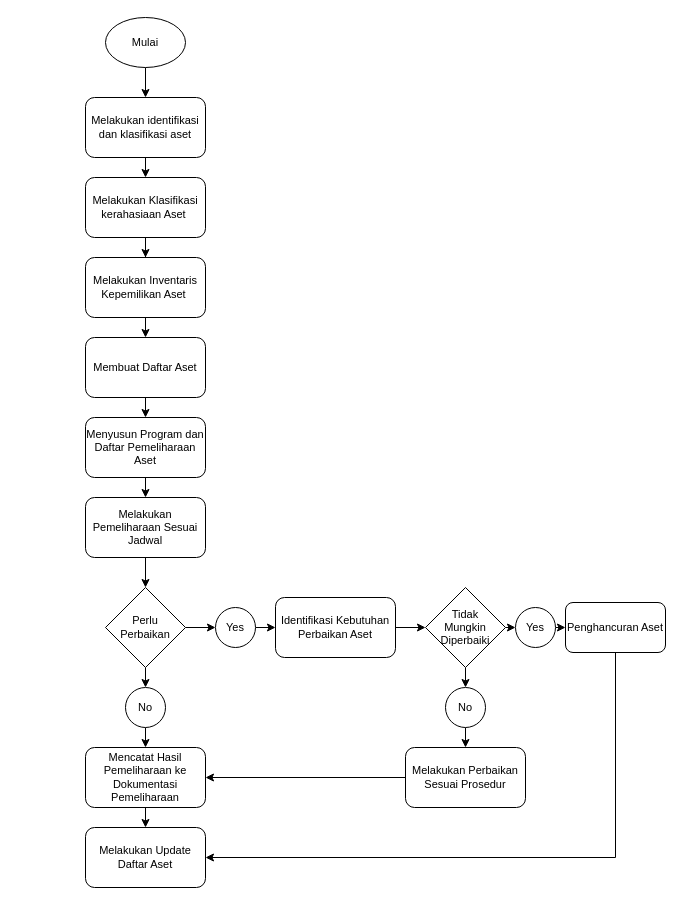
Before: page "Page-2" (2 of 5) of sdm.drawio in kidygamer/trytocode, a draw.io diagram. Source tidied: cells renumbered, new cells numbered last; positions are measured from the earlier drawing's top-left corner, leaving out a move shared by most shapes. Both pictures are drawn from the tidied source at 100%, with x=0, y=0 at pixel (85, 17).
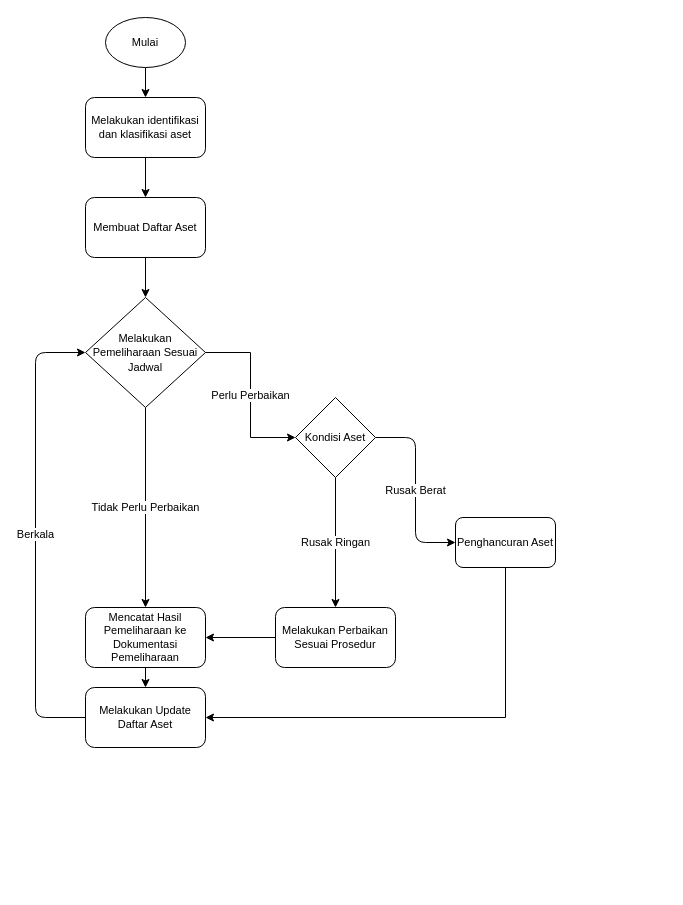
After the change.

Unchanged cells that the change refers to:
```xml
<mxCell id="5" value="Melakukan identifikasi dan klasifikasi aset" style="rounded=1;whiteSpace=wrap;html=1;fontSize=11;" parent="1" vertex="1">
  <mxGeometry y="80" width="120" height="60" as="geometry" />
</mxCell>
```

What changed in the source:
```diff
@@
-    <mxCell id="4" style="edgeStyle=orthogonalEdgeStyle;rounded=0;jettySize=auto;html=1;exitX=0.5;exitY=1;exitDx=0;exitDy=0;entryX=0.5;entryY=0;entryDx=0;entryDy=0;fontSize=11;" parent="1" edge="1" source="5" target="7">
+    <mxCell id="4" style="edgeStyle=orthogonalEdgeStyle;rounded=0;jettySize=auto;html=1;exitX=0.5;exitY=1;exitDx=0;exitDy=0;entryX=0.5;entryY=0;entryDx=0;entryDy=0;fontSize=11;" parent="1" edge="1" source="5" target="11">
       <mxGeometry relative="1" as="geometry" />
     </mxCell>
@@
-    <mxCell id="6" style="edgeStyle=orthogonalEdgeStyle;rounded=0;jettySize=auto;html=1;exitX=0.5;exitY=1;exitDx=0;exitDy=0;fontSize=11;" parent="1" edge="1" source="7" target="9">
-      <mxGeometry relative="1" as="geometry" />
-    </mxCell>
-    <mxCell id="7" value="Melakukan Klasifikasi kerahasiaan Aset&amp;nbsp;" style="rounded=1;whiteSpace=wrap;html=1;fontSize=11;" parent="1" vertex="1">
-      <mxGeometry y="160" width="120" height="60" as="geometry" />
-    </mxCell>
-    <mxCell id="8" style="edgeStyle=orthogonalEdgeStyle;rounded=0;jettySize=auto;html=1;exitX=0.5;exitY=1;exitDx=0;exitDy=0;entryX=0.5;entryY=0;entryDx=0;entryDy=0;fontSize=11;" parent="1" edge="1" source="9" target="11">
-      <mxGeometry relative="1" as="geometry" />
-    </mxCell>
-    <mxCell id="9" value="Melakukan Inventaris Kepemilikan Aset&amp;nbsp;" style="rounded=1;whiteSpace=wrap;html=1;fontSize=11;" parent="1" vertex="1">
-      <mxGeometry y="240" width="120" height="60" as="geometry" />
-    </mxCell>
-    <mxCell id="10" style="edgeStyle=orthogonalEdgeStyle;rounded=0;jettySize=auto;html=1;exitX=0.5;exitY=1;exitDx=0;exitDy=0;entryX=0.5;entryY=0;entryDx=0;entryDy=0;fontSize=11;" parent="1" edge="1" source="11" target="13">
+    <mxCell id="10" style="edgeStyle=orthogonalEdgeStyle;rounded=0;jettySize=auto;html=1;exitX=0.5;exitY=1;exitDx=0;exitDy=0;entryX=0.5;entryY=0;entryDx=0;entryDy=0;fontSize=11;" parent="1" edge="1" source="11" target="15">
       <mxGeometry relative="1" as="geometry" />
     </mxCell>
     <mxCell id="11" value="Membuat Daftar Aset" style="rounded=1;whiteSpace=wrap;html=1;fontSize=11;" parent="1" vertex="1">
-      <mxGeometry y="320" width="120" height="60" as="geometry" />
+      <mxGeometry y="180" width="120" height="60" as="geometry" />
     </mxCell>
-    <mxCell id="12" style="edgeStyle=orthogonalEdgeStyle;rounded=0;jettySize=auto;html=1;exitX=0.5;exitY=1;exitDx=0;exitDy=0;entryX=0.5;entryY=0;entryDx=0;entryDy=0;fontSize=11;" parent="1" edge="1" source="13" target="15">
-      <mxGeometry relative="1" as="geometry" />
-    </mxCell>
-    <mxCell id="13" value="Menyusun Program dan Daftar Pemeliharaan Aset" style="rounded=1;whiteSpace=wrap;html=1;fontSize=11;" parent="1" vertex="1">
-      <mxGeometry y="400" width="120" height="60" as="geometry" />
-    </mxCell>
-    <mxCell id="14" style="edgeStyle=orthogonalEdgeStyle;rounded=0;jettySize=auto;html=1;exitX=0.5;exitY=1;exitDx=0;exitDy=0;entryX=0.5;entryY=0;entryDx=0;entryDy=0;fontSize=11;" parent="1" edge="1" source="15" target="18">
-      <mxGeometry relative="1" as="geometry" />
-    </mxCell>
-    <mxCell id="15" value="Melakukan Pemeliharaan Sesuai Jadwal" style="rounded=1;whiteSpace=wrap;html=1;fontSize=11;" parent="1" vertex="1">
-      <mxGeometry y="480" width="120" height="60" as="geometry" />
-    </mxCell>
-    <mxCell id="16" style="edgeStyle=orthogonalEdgeStyle;rounded=0;jettySize=auto;html=1;exitX=1;exitY=0.5;exitDx=0;exitDy=0;entryX=0;entryY=0.5;entryDx=0;entryDy=0;fontSize=11;" parent="1" edge="1" source="18" target="32">
+    <mxCell id="16" value="Perlu Perbaikan" style="edgeStyle=orthogonalEdgeStyle;rounded=0;jettySize=auto;html=1;exitX=1;exitY=0.5;exitDx=0;exitDy=0;entryX=0;entryY=0.5;entryDx=0;entryDy=0;fontSize=11;" parent="1" edge="1" source="15" target="26">
       <mxGeometry relative="1" as="geometry" />
     </mxCell>
-    <mxCell id="17" style="edgeStyle=orthogonalEdgeStyle;rounded=0;jettySize=auto;html=1;exitX=0.5;exitY=1;exitDx=0;exitDy=0;entryX=0.5;entryY=0;entryDx=0;entryDy=0;fontSize=11;" parent="1" edge="1" source="18" target="34">
+    <mxCell id="17" value="Tidak Perlu Perbaikan" style="edgeStyle=orthogonalEdgeStyle;rounded=0;jettySize=auto;html=1;exitX=0.5;exitY=1;exitDx=0;exitDy=0;entryX=0.5;entryY=0;entryDx=0;entryDy=0;fontSize=11;" parent="1" edge="1" source="15" target="20">
       <mxGeometry relative="1" as="geometry" />
     </mxCell>
-    <mxCell id="18" value="Perlu&lt;br&gt;Perbaikan" style="rhombus;whiteSpace=wrap;html=1;fontSize=11;" parent="1" vertex="1">
-      <mxGeometry x="20" y="570" width="80" height="80" as="geometry" />
-    </mxCell>
@@
     <mxCell id="20" value="Mencatat Hasil Pemeliharaan ke Dokumentasi Pemeliharaan" style="rounded=1;whiteSpace=wrap;html=1;fontSize=11;" parent="1" vertex="1">
-      <mxGeometry y="730" width="120" height="60" as="geometry" />
+      <mxGeometry y="590" width="120" height="60" as="geometry" />
     </mxCell>
+    <mxCell id="39" value="Berkala" style="edgeStyle=orthogonalEdgeStyle;curved=0;rounded=1;sketch=0;jettySize=auto;html=1;exitX=0;exitY=0.5;exitDx=0;exitDy=0;entryX=0;entryY=0.5;entryDx=0;entryDy=0;" parent="1" edge="1" source="21" target="15">
+      <mxGeometry relative="1" as="geometry">
+        <Array as="points">
+          <mxPoint x="-50" y="700" />
+          <mxPoint x="-50" y="335" />
+        </Array>
+      </mxGeometry>
+    </mxCell>
     <mxCell id="21" value="Melakukan Update Daftar Aset" style="rounded=1;whiteSpace=wrap;html=1;fontSize=11;" parent="1" vertex="1">
-      <mxGeometry y="810" width="120" height="60" as="geometry" />
+      <mxGeometry y="670" width="120" height="60" as="geometry" />
     </mxCell>
-    <mxCell id="22" style="edgeStyle=orthogonalEdgeStyle;rounded=0;jettySize=auto;html=1;exitX=1;exitY=0.5;exitDx=0;exitDy=0;entryX=0;entryY=0.5;entryDx=0;entryDy=0;fontSize=11;" parent="1" edge="1" source="23" target="26">
-      <mxGeometry relative="1" as="geometry" />
-    </mxCell>
-    <mxCell id="23" value="Identifikasi Kebutuhan Perbaikan Aset" style="rounded=1;whiteSpace=wrap;html=1;fontSize=11;" parent="1" vertex="1">
-      <mxGeometry x="190" y="580" width="120" height="60" as="geometry" />
-    </mxCell>
-    <mxCell id="24" style="edgeStyle=orthogonalEdgeStyle;rounded=0;jettySize=auto;html=1;exitX=1;exitY=0.5;exitDx=0;exitDy=0;entryX=0;entryY=0.5;entryDx=0;entryDy=0;fontSize=11;" parent="1" edge="1" source="26" target="36">
-      <mxGeometry relative="1" as="geometry" />
-    </mxCell>
-    <mxCell id="25" style="edgeStyle=orthogonalEdgeStyle;rounded=0;jettySize=auto;html=1;exitX=0.5;exitY=1;exitDx=0;exitDy=0;entryX=0.5;entryY=0;entryDx=0;entryDy=0;fontSize=11;" parent="1" edge="1" source="26" target="38">
-      <mxGeometry relative="1" as="geometry" />
-    </mxCell>
+    <mxCell id="40" value="Rusak Berat" style="edgeStyle=orthogonalEdgeStyle;curved=0;rounded=1;sketch=0;jettySize=auto;html=1;exitX=1;exitY=0.5;exitDx=0;exitDy=0;entryX=0;entryY=0.5;entryDx=0;entryDy=0;" parent="1" edge="1" source="26" target="28">
+      <mxGeometry relative="1" as="geometry" />
+    </mxCell>
+    <mxCell id="41" value="Rusak Ringan" style="edgeStyle=orthogonalEdgeStyle;curved=0;rounded=1;sketch=0;jettySize=auto;html=1;" parent="1" edge="1" source="26" target="30">
+      <mxGeometry relative="1" as="geometry" />
+    </mxCell>
-    <mxCell id="26" value="Tidak&lt;br&gt;Mungkin&lt;br&gt;Diperbaiki" style="rhombus;whiteSpace=wrap;html=1;fontSize=11;" parent="1" vertex="1">
-      <mxGeometry x="340" y="570" width="80" height="80" as="geometry" />
+    <mxCell id="26" value="Kondisi Aset" style="rhombus;whiteSpace=wrap;html=1;fontSize=11;" parent="1" vertex="1">
+      <mxGeometry x="210" y="380" width="80" height="80" as="geometry" />
     </mxCell>
@@
     <mxCell id="28" value="Penghancuran Aset" style="rounded=1;whiteSpace=wrap;html=1;fontSize=11;" parent="1" vertex="1">
-      <mxGeometry x="480" y="585" width="100" height="50" as="geometry" />
+      <mxGeometry x="370" y="500" width="100" height="50" as="geometry" />
     </mxCell>
@@
     <mxCell id="30" value="Melakukan Perbaikan Sesuai Prosedur" style="rounded=1;whiteSpace=wrap;html=1;fontSize=11;" parent="1" vertex="1">
-      <mxGeometry x="320" y="730" width="120" height="60" as="geometry" />
+      <mxGeometry x="190" y="590" width="120" height="60" as="geometry" />
     </mxCell>
-    <mxCell id="31" style="edgeStyle=orthogonalEdgeStyle;rounded=0;jettySize=auto;html=1;exitX=1;exitY=0.5;exitDx=0;exitDy=0;entryX=0;entryY=0.5;entryDx=0;entryDy=0;fontSize=11;" parent="1" edge="1" source="32" target="23">
-      <mxGeometry relative="1" as="geometry" />
-    </mxCell>
-    <mxCell id="32" value="Yes" style="ellipse;whiteSpace=wrap;html=1;fontSize=11;" parent="1" vertex="1">
-      <mxGeometry x="130" y="590" width="40" height="40" as="geometry" />
-    </mxCell>
-    <mxCell id="33" style="edgeStyle=orthogonalEdgeStyle;rounded=0;jettySize=auto;html=1;exitX=0.5;exitY=1;exitDx=0;exitDy=0;entryX=0.5;entryY=0;entryDx=0;entryDy=0;fontSize=11;" parent="1" edge="1" source="34" target="20">
-      <mxGeometry relative="1" as="geometry" />
-    </mxCell>
-    <mxCell id="34" value="No" style="ellipse;whiteSpace=wrap;html=1;fontSize=11;" parent="1" vertex="1">
-      <mxGeometry x="40" y="670" width="40" height="40" as="geometry" />
-    </mxCell>
-    <mxCell id="35" style="edgeStyle=orthogonalEdgeStyle;rounded=0;jettySize=auto;html=1;exitX=1;exitY=0.5;exitDx=0;exitDy=0;entryX=0;entryY=0.5;entryDx=0;entryDy=0;fontSize=11;" parent="1" edge="1" source="36" target="28">
-      <mxGeometry relative="1" as="geometry" />
-    </mxCell>
-    <mxCell id="36" value="Yes" style="ellipse;whiteSpace=wrap;html=1;fontSize=11;" parent="1" vertex="1">
-      <mxGeometry x="430" y="590" width="40" height="40" as="geometry" />
-    </mxCell>
-    <mxCell id="37" style="edgeStyle=orthogonalEdgeStyle;rounded=0;jettySize=auto;html=1;exitX=0.5;exitY=1;exitDx=0;exitDy=0;entryX=0.5;entryY=0;entryDx=0;entryDy=0;fontSize=11;" parent="1" edge="1" source="38" target="30">
-      <mxGeometry relative="1" as="geometry" />
-    </mxCell>
-    <mxCell id="38" value="No" style="ellipse;whiteSpace=wrap;html=1;fontSize=11;" parent="1" vertex="1">
-      <mxGeometry x="360" y="670" width="40" height="40" as="geometry" />
-    </mxCell>
+    <mxCell id="15" value="&lt;span style=&quot;font-size: 11px;&quot;&gt;Melakukan Pemeliharaan Sesuai Jadwal&lt;/span&gt;" style="rhombus;whiteSpace=wrap;html=1;rounded=0;sketch=0;" parent="1" vertex="1">
+      <mxGeometry y="280" width="120" height="110" as="geometry" />
+    </mxCell>
```
